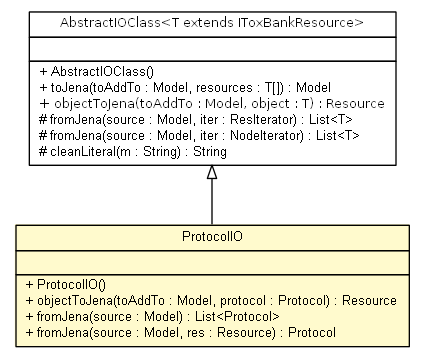
Earlier version of the Graphviz export apidocs/net/toxbank/client/io/rdf/ProtocolIO.png (ToxBank/toxbank-api-beans). Its source is kept beside it as apidocs/net/toxbank/client/io/rdf/ProtocolIO.dot.
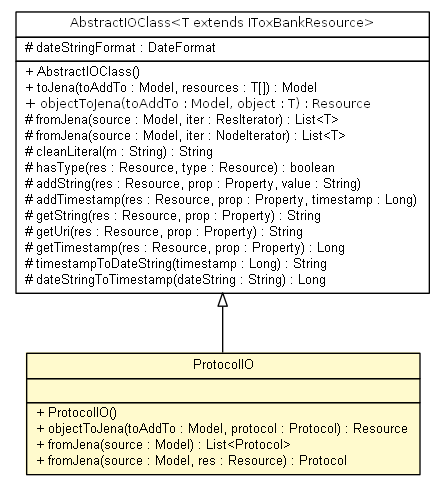
After the change.

Diff of the diagram source:
```diff
@@ -2,7 +2,7 @@
 digraph G {
 	edge [fontname="arial",fontsize=10,labelfontname="arial",labelfontsize=10];
 	node [fontname="arial",fontsize=10,shape=plaintext];
-	c367 [label=<<table border="0" cellborder="1" cellspacing="0" cellpadding="2" port="p" bgcolor="lemonChiffon" href="./ProtocolIO.html">
+	c407 [label=<<table border="0" cellborder="1" cellspacing="0" cellpadding="2" port="p" bgcolor="lemonChiffon" href="./ProtocolIO.html">
 		<tr><td><table border="0" cellspacing="0" cellpadding="1">
 			<tr><td> ProtocolIO </td></tr>
 		</table></td></tr>
@@ -16,12 +16,12 @@
 			<tr><td align="left"> + fromJena(source : Model, res : Resource) : Protocol </td></tr>
 		</table></td></tr>
 		</table>>, fontname="arial", fontcolor="black", fontsize=10.0];
-	c375 [label=<<table border="0" cellborder="1" cellspacing="0" cellpadding="2" port="p" href="./AbstractIOClass.html">
+	c416 [label=<<table border="0" cellborder="1" cellspacing="0" cellpadding="2" port="p" href="./AbstractIOClass.html">
 		<tr><td><table border="0" cellspacing="0" cellpadding="1">
 			<tr><td><font face="ariali"> AbstractIOClass&lt;T extends IToxBankResource&gt; </font></td></tr>
 		</table></td></tr>
 		<tr><td><table border="0" cellspacing="0" cellpadding="1">
-			<tr><td align="left">  </td></tr>
+			<tr><td align="left"> # dateStringFormat : DateFormat </td></tr>
 		</table></td></tr>
 		<tr><td><table border="0" cellspacing="0" cellpadding="1">
 			<tr><td align="left"> + AbstractIOClass() </td></tr>
@@ -30,7 +30,15 @@
 			<tr><td align="left"> # fromJena(source : Model, iter : ResIterator) : List&lt;T&gt; </td></tr>
 			<tr><td align="left"> # fromJena(source : Model, iter : NodeIterator) : List&lt;T&gt; </td></tr>
 			<tr><td align="left"> # cleanLiteral(m : String) : String </td></tr>
+			<tr><td align="left"> # hasType(res : Resource, type : Resource) : boolean </td></tr>
+			<tr><td align="left"> # addString(res : Resource, prop : Property, value : String) </td></tr>
+			<tr><td align="left"> # addTimestamp(res : Resource, prop : Property, timestamp : Long) </td></tr>
+			<tr><td align="left"> # getString(res : Resource, prop : Property) : String </td></tr>
+			<tr><td align="left"> # getUri(res : Resource, prop : Property) : String </td></tr>
+			<tr><td align="left"> # getTimestamp(res : Resource, prop : Property) : Long </td></tr>
+			<tr><td align="left"> # timestampToDateString(timestamp : Long) : String </td></tr>
+			<tr><td align="left"> # dateStringToTimestamp(dateString : String) : Long </td></tr>
 		</table></td></tr>
 		</table>>, fontname="arial", fontcolor="black", fontsize=10.0];
-	c375:p -> c367:p [dir=back,arrowtail=empty];
+	c416:p -> c407:p [dir=back,arrowtail=empty];
 }
```
